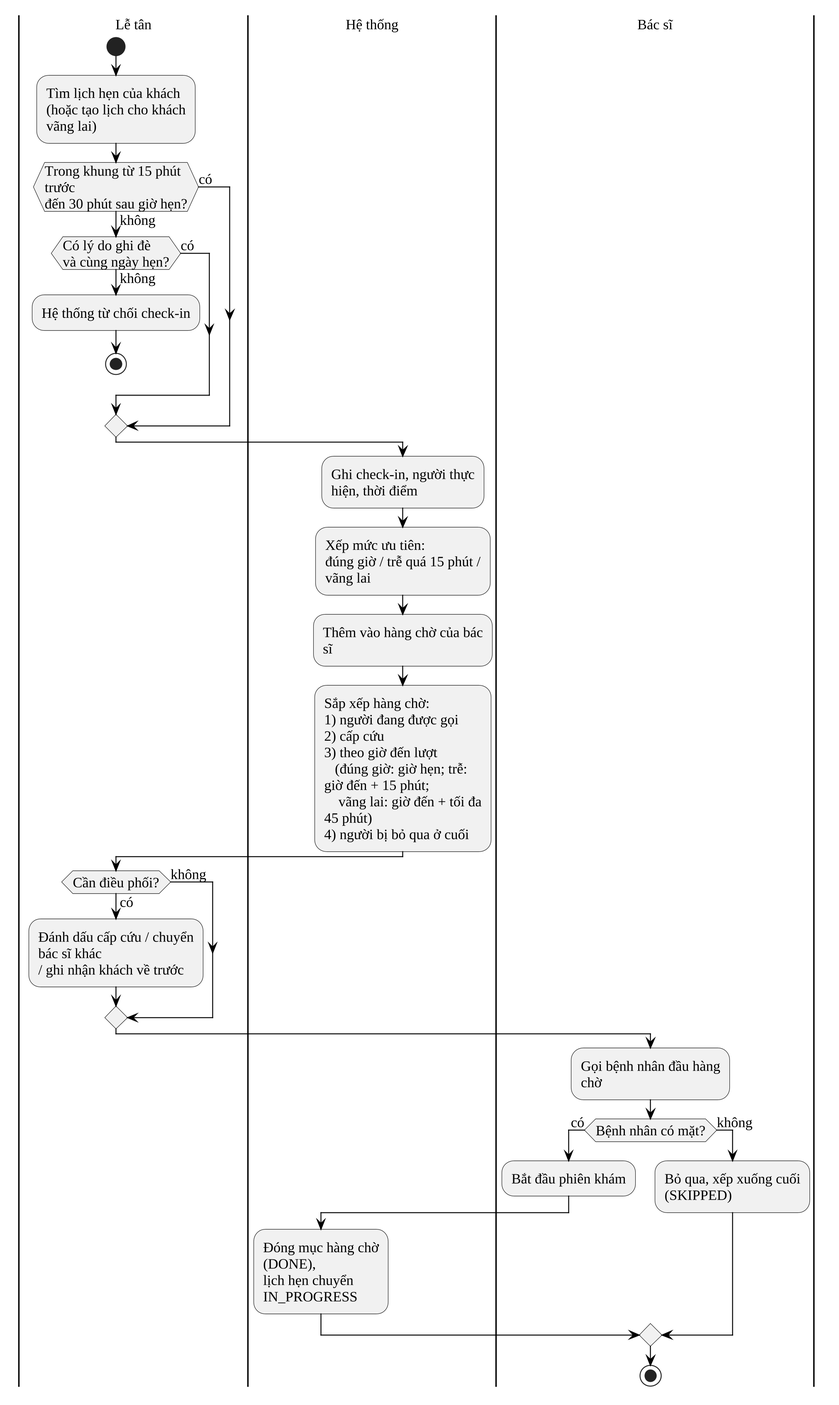
Before: docs/10_Thesis/bao-cao/hinh/3-17-hoat-dong-tiep-nhan.png, a diagram exported from PlantUML (Trantuan0310/dental-clinic-nestjs-react). Source of this version:
```plantuml
@startuml
!include _kieu.iuml
|Lễ tân|
start
:Tìm lịch hẹn của khách\n(hoặc tạo lịch cho khách vãng lai);
if (Trong khung từ 15 phút trước\nđến 30 phút sau giờ hẹn?) then (có)
else (không)
  if (Có lý do ghi đè\nvà cùng ngày hẹn?) then (có)
  else (không)
    :Hệ thống từ chối check-in;
    stop
  endif
endif
|Hệ thống|
:Ghi check-in, người thực hiện, thời điểm;
:Xếp mức ưu tiên:\nđúng giờ / trễ quá 15 phút / vãng lai;
:Thêm vào hàng chờ của bác sĩ;
:Sắp xếp hàng chờ:\n1) người đang được gọi\n2) cấp cứu\n3) theo giờ đến lượt\n   (đúng giờ: giờ hẹn; trễ: giờ đến + 15 phút;\n    vãng lai: giờ đến + tối đa 45 phút)\n4) người bị bỏ qua ở cuối;
|Lễ tân|
if (Cần điều phối?) then (có)
  :Đánh dấu cấp cứu / chuyển bác sĩ khác\n/ ghi nhận khách về trước;
else (không)
endif
|Bác sĩ|
:Gọi bệnh nhân đầu hàng chờ;
if (Bệnh nhân có mặt?) then (có)
  :Bắt đầu phiên khám;
  |Hệ thống|
  :Đóng mục hàng chờ (DONE),\nlịch hẹn chuyển IN_PROGRESS;
else (không)
  |Bác sĩ|
  :Bỏ qua, xếp xuống cuối (SKIPPED);
endif
stop
@enduml
```
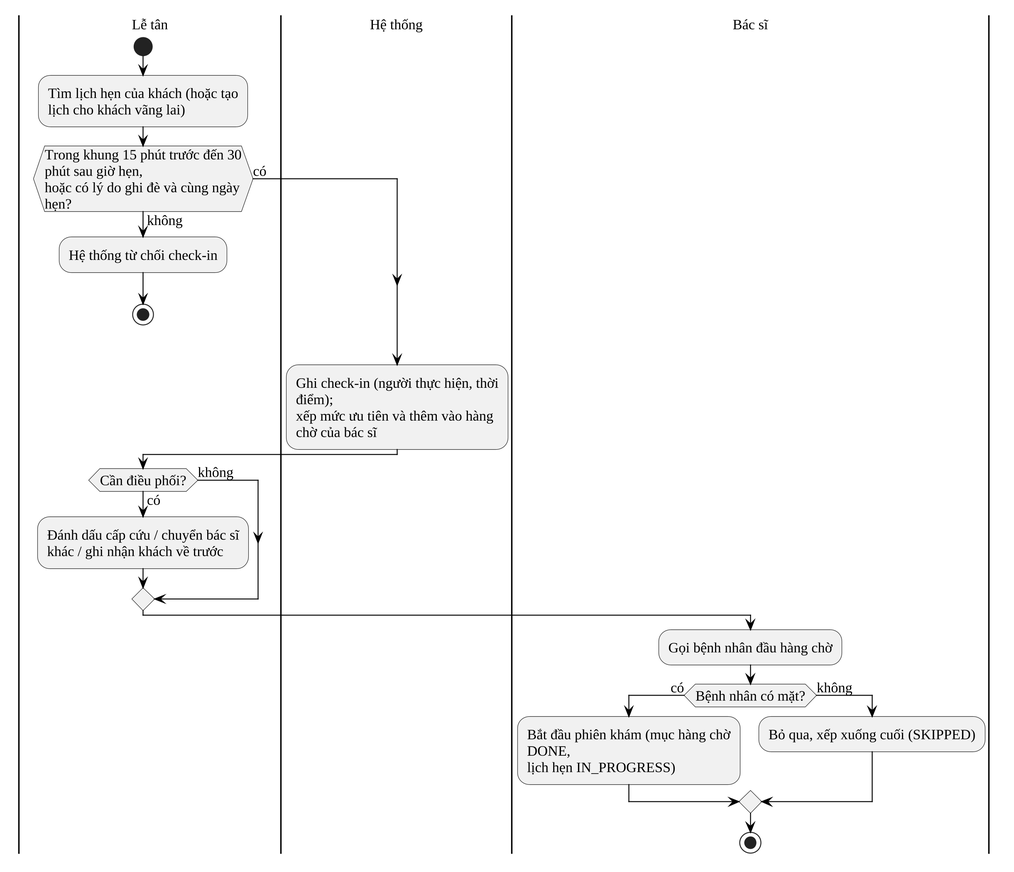
After the commit.

The edit, as a diff of the source:
```diff
@@ -1,34 +1,26 @@
 @startuml
 !include _kieu.iuml
+skinparam wrapWidth 220
 |Lễ tân|
 start
-:Tìm lịch hẹn của khách\n(hoặc tạo lịch cho khách vãng lai);
-if (Trong khung từ 15 phút trước\nđến 30 phút sau giờ hẹn?) then (có)
+:Tìm lịch hẹn của khách (hoặc tạo lịch cho khách vãng lai);
+if (Trong khung 15 phút trước đến 30 phút sau giờ hẹn,\nhoặc có lý do ghi đè và cùng ngày hẹn?) then (có)
 else (không)
-  if (Có lý do ghi đè\nvà cùng ngày hẹn?) then (có)
-  else (không)
-    :Hệ thống từ chối check-in;
-    stop
-  endif
+  :Hệ thống từ chối check-in;
+  stop
 endif
 |Hệ thống|
-:Ghi check-in, người thực hiện, thời điểm;
-:Xếp mức ưu tiên:\nđúng giờ / trễ quá 15 phút / vãng lai;
-:Thêm vào hàng chờ của bác sĩ;
-:Sắp xếp hàng chờ:\n1) người đang được gọi\n2) cấp cứu\n3) theo giờ đến lượt\n   (đúng giờ: giờ hẹn; trễ: giờ đến + 15 phút;\n    vãng lai: giờ đến + tối đa 45 phút)\n4) người bị bỏ qua ở cuối;
+:Ghi check-in (người thực hiện, thời điểm);\nxếp mức ưu tiên và thêm vào hàng chờ của bác sĩ;
 |Lễ tân|
 if (Cần điều phối?) then (có)
-  :Đánh dấu cấp cứu / chuyển bác sĩ khác\n/ ghi nhận khách về trước;
+  :Đánh dấu cấp cứu / chuyển bác sĩ khác / ghi nhận khách về trước;
 else (không)
 endif
 |Bác sĩ|
 :Gọi bệnh nhân đầu hàng chờ;
 if (Bệnh nhân có mặt?) then (có)
-  :Bắt đầu phiên khám;
-  |Hệ thống|
-  :Đóng mục hàng chờ (DONE),\nlịch hẹn chuyển IN_PROGRESS;
+  :Bắt đầu phiên khám (mục hàng chờ DONE,\nlịch hẹn IN_PROGRESS);
 else (không)
-  |Bác sĩ|
   :Bỏ qua, xếp xuống cuối (SKIPPED);
 endif
 stop
```
